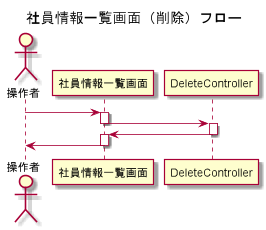
The PlantUML diagram docs/sequence/社員情報一覧画面（削除）.png in ito-i1-kenta/jnaWebCourse, before a commit.
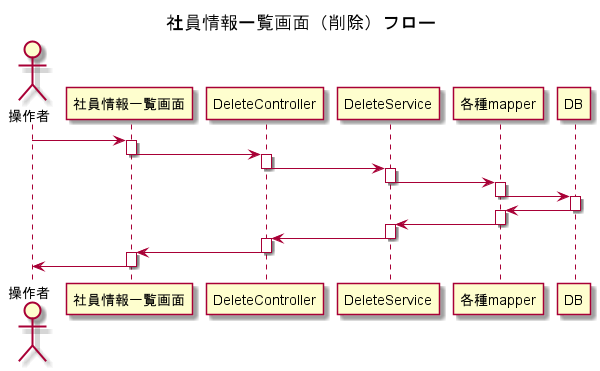
After the commit.

The edit, as a diff of the source:
```diff
@@ -10,7 +10,31 @@
 deactivate 社員情報一覧画面
 
 activate DeleteController
-社員情報一覧画面 <- DeleteController
+DeleteController->DeleteService
+deactivate DeleteController
+
+activate DeleteService
+DeleteService->各種mapper
+deactivate DeleteService
+
+activate 各種mapper
+各種mapper->DB
+deactivate 各種mapper
+
+activate DB
+各種mapper <- DB
+deactivate DB
+
+activate 各種mapper
+DeleteService<-各種mapper
+deactivate 各種mapper
+
+activate DeleteService
+DeleteController<-DeleteService
+deactivate DeleteService
+
+activate DeleteController
+社員情報一覧画面<-DeleteController
 deactivate DeleteController
 
 activate 社員情報一覧画面
```
